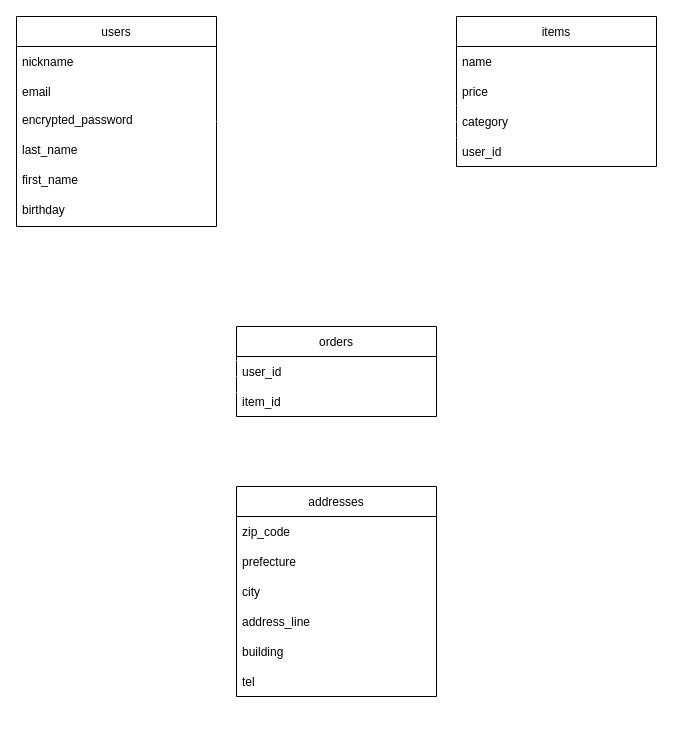
kanako922/furima-38015 keeps this draw.io diagram as er.dio. Above is the earlier version. Source tidied: cells renumbered, new cells numbered last; positions are measured from the earlier drawing's top-left corner, leaving out a move shared by most shapes. Both pictures are drawn from the tidied source at 100%, with x=0, y=0 at pixel (16, 16).
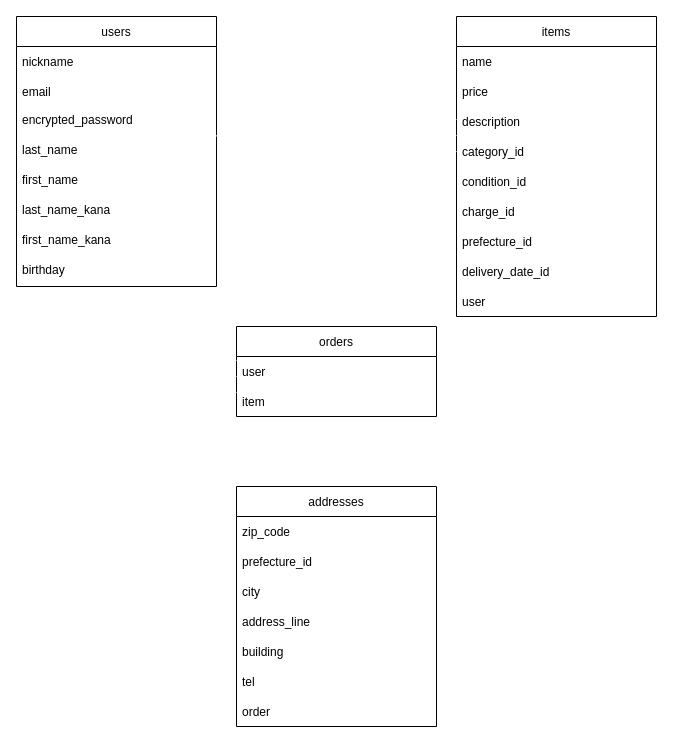
After the change.

Commit message (it also covers changes not shown here):
データベース設計の訂正

Unchanged cells that the change refers to:
```xml
<mxCell id="6" value="encrypted_password" style="text;strokeColor=none;fillColor=none;align=left;verticalAlign=top;spacingLeft=4;spacingRight=4;overflow=hidden;points=[[0,0.5],[1,0.5]];portConstraint=eastwest;" parent="3" vertex="1">
  <mxGeometry y="90" width="200" height="30" as="geometry" />
</mxCell>
<mxCell id="7" value="last_name" style="text;strokeColor=none;fillColor=none;align=left;verticalAlign=top;spacingLeft=4;spacingRight=4;overflow=hidden;points=[[0,0.5],[1,0.5]];portConstraint=eastwest;" parent="3" vertex="1">
  <mxGeometry y="120" width="200" height="30" as="geometry" />
</mxCell>
<mxCell id="18" value="orders" style="swimlane;fontStyle=0;horizontal=1;startSize=30;html=0;" parent="1" vertex="1">
  <mxGeometry x="220" y="310" width="200" height="90" as="geometry" />
</mxCell>
```

Change to the diagram source:
```diff
@@
     <mxCell id="3" value="users" style="swimlane;fontStyle=0;horizontal=1;startSize=30;" parent="1" vertex="1">
-      <mxGeometry width="200" height="210" as="geometry" />
+      <mxGeometry width="200" height="270" as="geometry" />
     </mxCell>
@@
+    <mxCell id="30" value="last_name_kana" style="text;strokeColor=none;fillColor=none;align=left;verticalAlign=top;spacingLeft=4;spacingRight=4;overflow=hidden;" parent="3" vertex="1">
+      <mxGeometry y="180" width="200" height="30" as="geometry" />
+    </mxCell>
+    <mxCell id="31" value="first_name_kana" style="text;strokeColor=none;fillColor=none;align=left;verticalAlign=top;spacingLeft=4;spacingRight=4;overflow=hidden;" parent="3" vertex="1">
+      <mxGeometry y="210" width="200" height="30" as="geometry" />
+    </mxCell>
     <mxCell id="9" value="birthday" style="text;strokeColor=none;fillColor=none;align=left;verticalAlign=top;spacingLeft=4;spacingRight=4;overflow=hidden;" parent="3" vertex="1">
-      <mxGeometry y="180" width="200" height="30" as="geometry" />
+      <mxGeometry y="240" width="200" height="30" as="geometry" />
     </mxCell>
@@
     <mxCell id="11" value="items" style="swimlane;fontStyle=0;horizontal=1;startSize=30;html=0;" parent="1" vertex="1">
-      <mxGeometry x="440" width="200" height="150" as="geometry" />
+      <mxGeometry x="440" width="200" height="300" as="geometry" />
     </mxCell>
@@
+    <mxCell id="32" value="description" style="text;strokeColor=none;fillColor=none;align=left;verticalAlign=middle;spacingLeft=4;spacingRight=4;overflow=hidden;html=0;" parent="11" vertex="1">
+      <mxGeometry y="90" width="200" height="30" as="geometry" />
+    </mxCell>
-    <mxCell id="14" value="category" style="text;strokeColor=none;fillColor=none;align=left;verticalAlign=middle;spacingLeft=4;spacingRight=4;overflow=hidden;points=[[0,0.5],[1,0.5]];portConstraint=eastwest;html=0;" parent="11" vertex="1">
-      <mxGeometry y="90" width="200" height="30" as="geometry" />
+    <mxCell id="14" value="category_id" style="text;strokeColor=none;fillColor=none;align=left;verticalAlign=middle;spacingLeft=4;spacingRight=4;overflow=hidden;points=[[0,0.5],[1,0.5]];portConstraint=eastwest;html=0;" parent="11" vertex="1">
+      <mxGeometry y="120" width="200" height="30" as="geometry" />
     </mxCell>
+    <mxCell id="33" value="condition_id" style="text;strokeColor=none;fillColor=none;align=left;verticalAlign=middle;spacingLeft=4;spacingRight=4;overflow=hidden;html=0;" parent="11" vertex="1">
+      <mxGeometry y="150" width="200" height="30" as="geometry" />
+    </mxCell>
+    <mxCell id="34" value="charge_id" style="text;strokeColor=none;fillColor=none;align=left;verticalAlign=middle;spacingLeft=4;spacingRight=4;overflow=hidden;html=0;" parent="11" vertex="1">
+      <mxGeometry y="180" width="200" height="30" as="geometry" />
+    </mxCell>
+    <mxCell id="35" value="prefecture_id" style="text;strokeColor=none;fillColor=none;align=left;verticalAlign=middle;spacingLeft=4;spacingRight=4;overflow=hidden;html=0;" parent="11" vertex="1">
+      <mxGeometry y="210" width="200" height="30" as="geometry" />
+    </mxCell>
+    <mxCell id="36" value="delivery_date_id" style="text;strokeColor=none;fillColor=none;align=left;verticalAlign=middle;spacingLeft=4;spacingRight=4;overflow=hidden;html=0;" parent="11" vertex="1">
+      <mxGeometry y="240" width="200" height="30" as="geometry" />
+    </mxCell>
-    <mxCell id="15" value="user_id" style="text;strokeColor=none;fillColor=none;align=left;verticalAlign=middle;spacingLeft=4;spacingRight=4;overflow=hidden;html=0;" parent="11" vertex="1">
-      <mxGeometry y="120" width="200" height="30" as="geometry" />
+    <mxCell id="15" value="user" style="text;strokeColor=none;fillColor=none;align=left;verticalAlign=middle;spacingLeft=4;spacingRight=4;overflow=hidden;html=0;" parent="11" vertex="1">
+      <mxGeometry y="270" width="200" height="30" as="geometry" />
     </mxCell>
-    <mxCell id="16" style="edgeStyle=none;jumpStyle=none;jumpSize=0;html=1;entryX=0;entryY=0.5;entryDx=0;entryDy=0;endArrow=ERmany;endFill=0;startSize=0;endSize=30;sourcePerimeterSpacing=0;targetPerimeterSpacing=0;strokeColor=#FFFFFF;strokeWidth=1;" parent="1" edge="1" source="6" target="14">
-      <mxGeometry relative="1" as="geometry" />
+    <mxCell id="16" style="edgeStyle=none;jumpStyle=none;jumpSize=0;html=1;endArrow=ERmany;endFill=0;startSize=0;endSize=30;sourcePerimeterSpacing=0;targetPerimeterSpacing=0;strokeColor=#FFFFFF;strokeWidth=1;exitX=0.994;exitY=-0.02;exitDx=0;exitDy=0;exitPerimeter=0;" parent="1" edge="1" source="7">
+      <mxGeometry relative="1" as="geometry">
+        <mxPoint x="440" y="119" as="targetPoint" />
+      </mxGeometry>
     </mxCell>
@@
-    <mxCell id="19" value="user_id" style="text;strokeColor=none;fillColor=none;align=left;verticalAlign=middle;spacingLeft=4;spacingRight=4;overflow=hidden;points=[[0,0.5],[1,0.5]];portConstraint=eastwest;html=0;" parent="18" vertex="1">
+    <mxCell id="19" value="user" style="text;strokeColor=none;fillColor=none;align=left;verticalAlign=middle;spacingLeft=4;spacingRight=4;overflow=hidden;points=[[0,0.5],[1,0.5]];portConstraint=eastwest;html=0;" parent="18" vertex="1">
       <mxGeometry y="30" width="200" height="30" as="geometry" />
     </mxCell>
-    <mxCell id="20" value="item_id" style="text;strokeColor=none;fillColor=none;align=left;verticalAlign=middle;spacingLeft=4;spacingRight=4;overflow=hidden;html=0;" parent="18" vertex="1">
+    <mxCell id="20" value="item" style="text;strokeColor=none;fillColor=none;align=left;verticalAlign=middle;spacingLeft=4;spacingRight=4;overflow=hidden;html=0;" parent="18" vertex="1">
       <mxGeometry y="60" width="200" height="30" as="geometry" />
     </mxCell>
@@
     <mxCell id="23" value="addresses" style="swimlane;fontStyle=0;horizontal=1;startSize=30;html=0;" parent="1" vertex="1">
-      <mxGeometry x="220" y="470" width="200" height="210" as="geometry" />
+      <mxGeometry x="220" y="470" width="200" height="240" as="geometry" />
     </mxCell>
@@
-    <mxCell id="25" value="prefecture" style="text;strokeColor=none;fillColor=none;align=left;verticalAlign=middle;spacingLeft=4;spacingRight=4;overflow=hidden;html=0;" parent="23" vertex="1">
+    <mxCell id="25" value="prefecture_id" style="text;strokeColor=none;fillColor=none;align=left;verticalAlign=middle;spacingLeft=4;spacingRight=4;overflow=hidden;html=0;" parent="23" vertex="1">
       <mxGeometry y="60" width="200" height="30" as="geometry" />
     </mxCell>
@@
+    <mxCell id="37" value="order" style="text;strokeColor=none;fillColor=none;align=left;verticalAlign=middle;spacingLeft=4;spacingRight=4;overflow=hidden;html=0;" parent="23" vertex="1">
+      <mxGeometry y="210" width="200" height="30" as="geometry" />
+    </mxCell>
```
